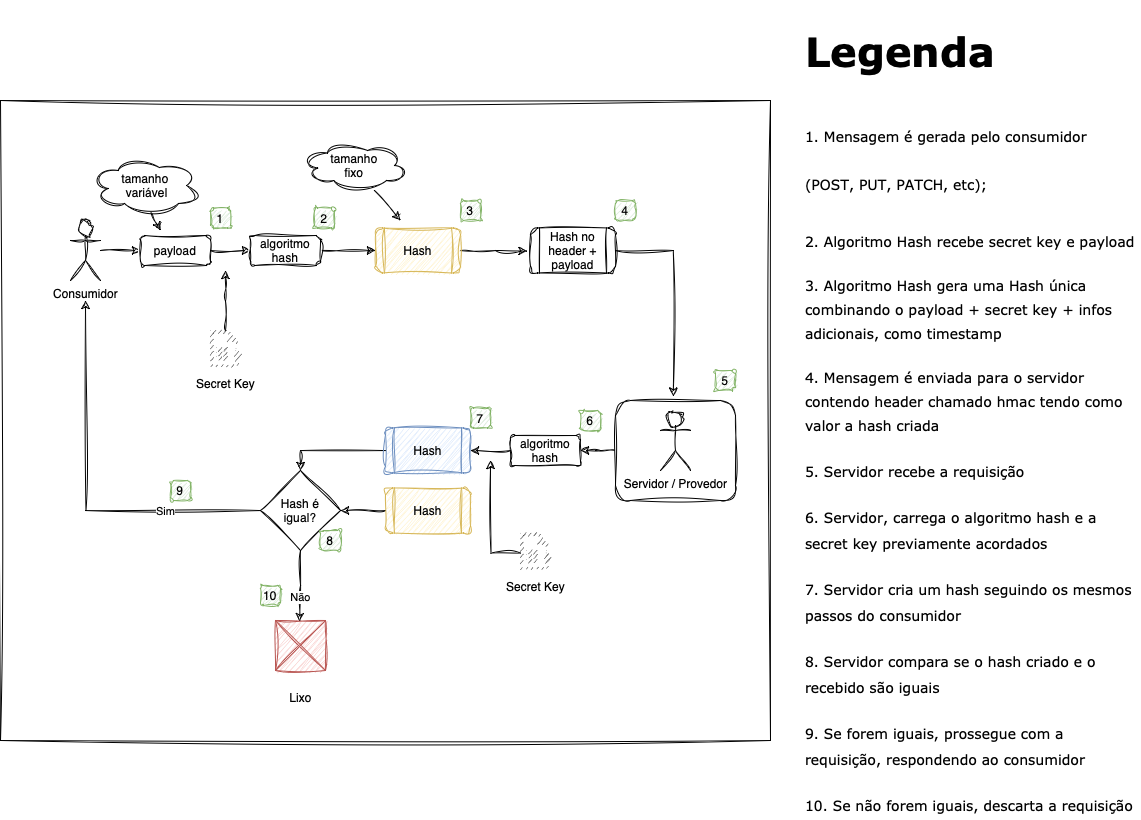
The draw.io diagram hmac-auth.drawio.png in danilosoarescardoso/hmac-authentication, before a commit. Source tidied: cells renumbered, new cells last; positions are measured from the earlier drawing's top-left corner, leaving out a move shared by most shapes.
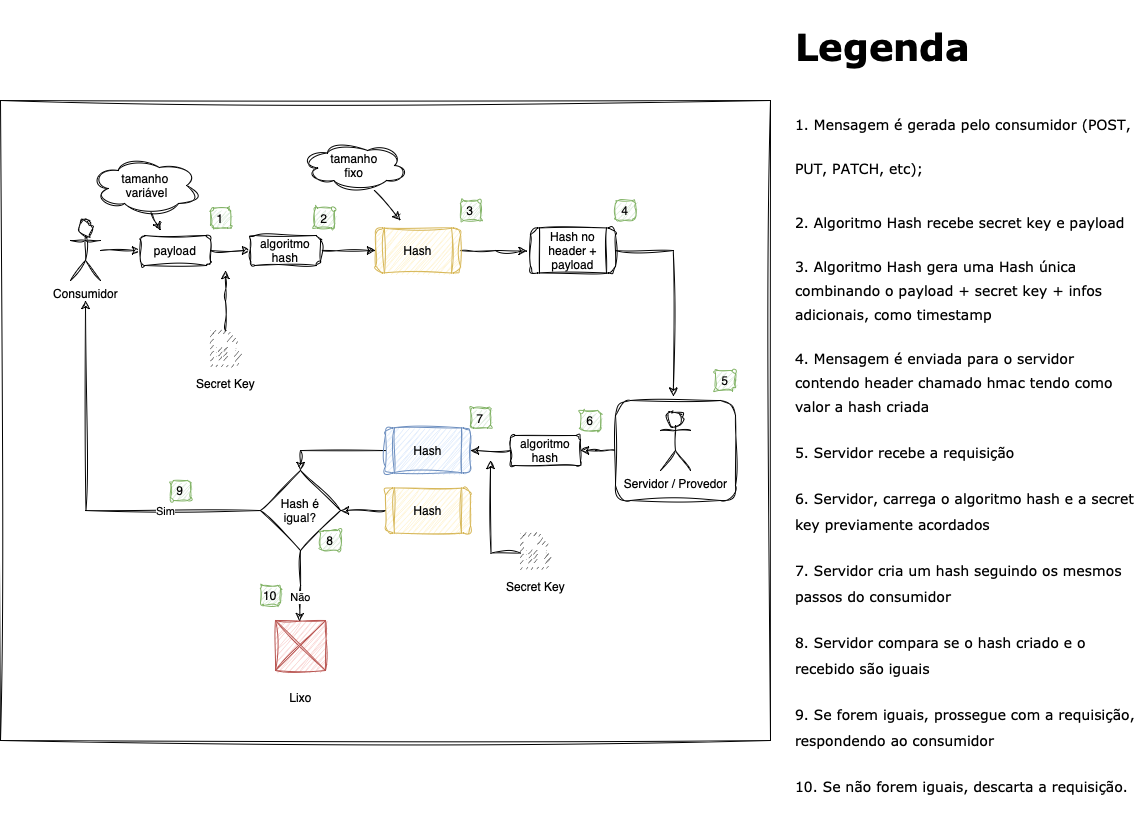
Above is the later version.

Diff of the diagram source:
```diff
@@ -144,8 +144,8 @@
     <mxCell id="43" value="10" style="rounded=1;whiteSpace=wrap;html=1;fillColor=#d5e8d4;strokeColor=#82b366;sketch=1;curveFitting=1;jiggle=2;" parent="1" vertex="1">
       <mxGeometry x="260" y="575" width="20" height="20" as="geometry" />
     </mxCell>
-    <mxCell id="44" value="&lt;h1&gt;&lt;font face=&quot;Verdana&quot;&gt;Legenda&lt;/font&gt;&lt;/h1&gt;&lt;h1&gt;&lt;span style=&quot;font-size: 14px; font-family: Verdana; font-weight: normal;&quot;&gt;1. Mensagem é gerada pelo consumidor (POST, PUT, PATCH, etc);&lt;/span&gt;&lt;/h1&gt;&lt;p&gt;&lt;font face=&quot;Verdana&quot; style=&quot;font-size: 14px;&quot;&gt;2. Algoritmo Hash recebe secret key e payload&lt;/font&gt;&lt;/p&gt;&lt;p&gt;&lt;font face=&quot;Verdana&quot; style=&quot;font-size: 14px;&quot;&gt;3. Algoritmo Hash gera uma Hash única combinando o payload + secret key + infos adicionais, como timestamp&lt;/font&gt;&lt;/p&gt;&lt;p&gt;&lt;font face=&quot;Verdana&quot; style=&quot;font-size: 14px;&quot;&gt;4. Mensagem é enviada para o servidor contendo header chamado hmac tendo como valor a hash criada&lt;/font&gt;&lt;/p&gt;&lt;p&gt;&lt;font face=&quot;Verdana&quot;&gt;&lt;span style=&quot;font-size: 14px;&quot;&gt;5. Servidor recebe a requisição&lt;/span&gt;&lt;/font&gt;&lt;/p&gt;&lt;p&gt;&lt;font face=&quot;Verdana&quot;&gt;&lt;span style=&quot;font-size: 14px;&quot;&gt;6. Servidor, carrega o algoritmo hash e a secret key previamente acordados&lt;/span&gt;&lt;/font&gt;&lt;/p&gt;&lt;p&gt;&lt;font face=&quot;Verdana&quot;&gt;&lt;span style=&quot;font-size: 14px;&quot;&gt;7. Servidor cria um hash seguindo os mesmos passos do consumidor&lt;/span&gt;&lt;/font&gt;&lt;/p&gt;&lt;p&gt;&lt;font face=&quot;Verdana&quot;&gt;&lt;span style=&quot;font-size: 14px;&quot;&gt;8. Servidor compara se o hash criado e o recebido são iguais&lt;/span&gt;&lt;/font&gt;&lt;/p&gt;&lt;p&gt;&lt;font face=&quot;Verdana&quot;&gt;&lt;span style=&quot;font-size: 14px;&quot;&gt;9. Se forem iguais, prossegue com a requisição, respondendo ao consumidor&lt;/span&gt;&lt;/font&gt;&lt;/p&gt;&lt;p&gt;&lt;font face=&quot;Verdana&quot;&gt;&lt;span style=&quot;font-size: 14px;&quot;&gt;10. Se não forem iguais, descarta a requisição&lt;/span&gt;&lt;/font&gt;&lt;/p&gt;" style="text;html=1;strokeColor=none;fillColor=none;spacing=5;spacingTop=-20;whiteSpace=wrap;overflow=hidden;rounded=0;fontSize=20;fontFamily=Architects Daughter;" parent="1" vertex="1">
-      <mxGeometry x="800" width="340" height="810" as="geometry" />
+    <mxCell id="44" value="&lt;h1 style=&quot;font-size: 37px;&quot;&gt;&lt;font style=&quot;font-size: 37px;&quot; face=&quot;Verdana&quot;&gt;Legenda&lt;/font&gt;&lt;/h1&gt;&lt;h1 style=&quot;font-size: 37px;&quot;&gt;&lt;span style=&quot;font-size: 14px; font-family: Verdana; font-weight: normal;&quot;&gt;1. Mensagem é gerada pelo consumidor (POST, PUT, PATCH, etc);&lt;/span&gt;&lt;/h1&gt;&lt;p&gt;&lt;font face=&quot;Verdana&quot; style=&quot;font-size: 14px;&quot;&gt;2. Algoritmo Hash recebe secret key e payload&lt;/font&gt;&lt;/p&gt;&lt;p&gt;&lt;font face=&quot;Verdana&quot; style=&quot;font-size: 14px;&quot;&gt;3. Algoritmo Hash gera uma Hash única combinando o payload + secret key + infos adicionais, como timestamp&lt;/font&gt;&lt;/p&gt;&lt;p&gt;&lt;font face=&quot;Verdana&quot; style=&quot;font-size: 14px;&quot;&gt;4. Mensagem é enviada para o servidor contendo header chamado hmac tendo como valor a hash criada&lt;/font&gt;&lt;/p&gt;&lt;p&gt;&lt;font face=&quot;Verdana&quot;&gt;&lt;span style=&quot;font-size: 14px;&quot;&gt;5. Servidor recebe a requisição&lt;/span&gt;&lt;/font&gt;&lt;/p&gt;&lt;p&gt;&lt;font face=&quot;Verdana&quot;&gt;&lt;span style=&quot;font-size: 14px;&quot;&gt;6. Servidor, carrega o algoritmo hash e a secret key previamente acordados&lt;/span&gt;&lt;/font&gt;&lt;/p&gt;&lt;p&gt;&lt;font face=&quot;Verdana&quot;&gt;&lt;span style=&quot;font-size: 14px;&quot;&gt;7. Servidor cria um hash seguindo os mesmos passos do consumidor&lt;/span&gt;&lt;/font&gt;&lt;/p&gt;&lt;p&gt;&lt;font face=&quot;Verdana&quot;&gt;&lt;span style=&quot;font-size: 14px;&quot;&gt;8. Servidor compara se o hash criado e o recebido são iguais&lt;/span&gt;&lt;/font&gt;&lt;/p&gt;&lt;p&gt;&lt;font face=&quot;Verdana&quot;&gt;&lt;span style=&quot;font-size: 14px;&quot;&gt;9. Se forem iguais, prossegue com a requisição, respondendo ao consumidor&lt;/span&gt;&lt;/font&gt;&lt;/p&gt;&lt;p&gt;&lt;font face=&quot;Verdana&quot;&gt;&lt;span style=&quot;font-size: 14px;&quot;&gt;10. Se não forem iguais, descarta a requisição.&lt;/span&gt;&lt;/font&gt;&lt;/p&gt;" style="text;html=1;strokeColor=none;fillColor=none;spacing=5;spacingTop=-20;whiteSpace=wrap;overflow=hidden;rounded=0;fontSize=20;fontFamily=Architects Daughter;" parent="1" vertex="1">
+      <mxGeometry x="790" width="350" height="810" as="geometry" />
     </mxCell>
     <mxCell id="45" style="edgeStyle=orthogonalEdgeStyle;rounded=0;jettySize=auto;html=1;sketch=1;curveFitting=1;jiggle=2;" parent="1" edge="1" source="46">
       <mxGeometry relative="1" as="geometry">
```
